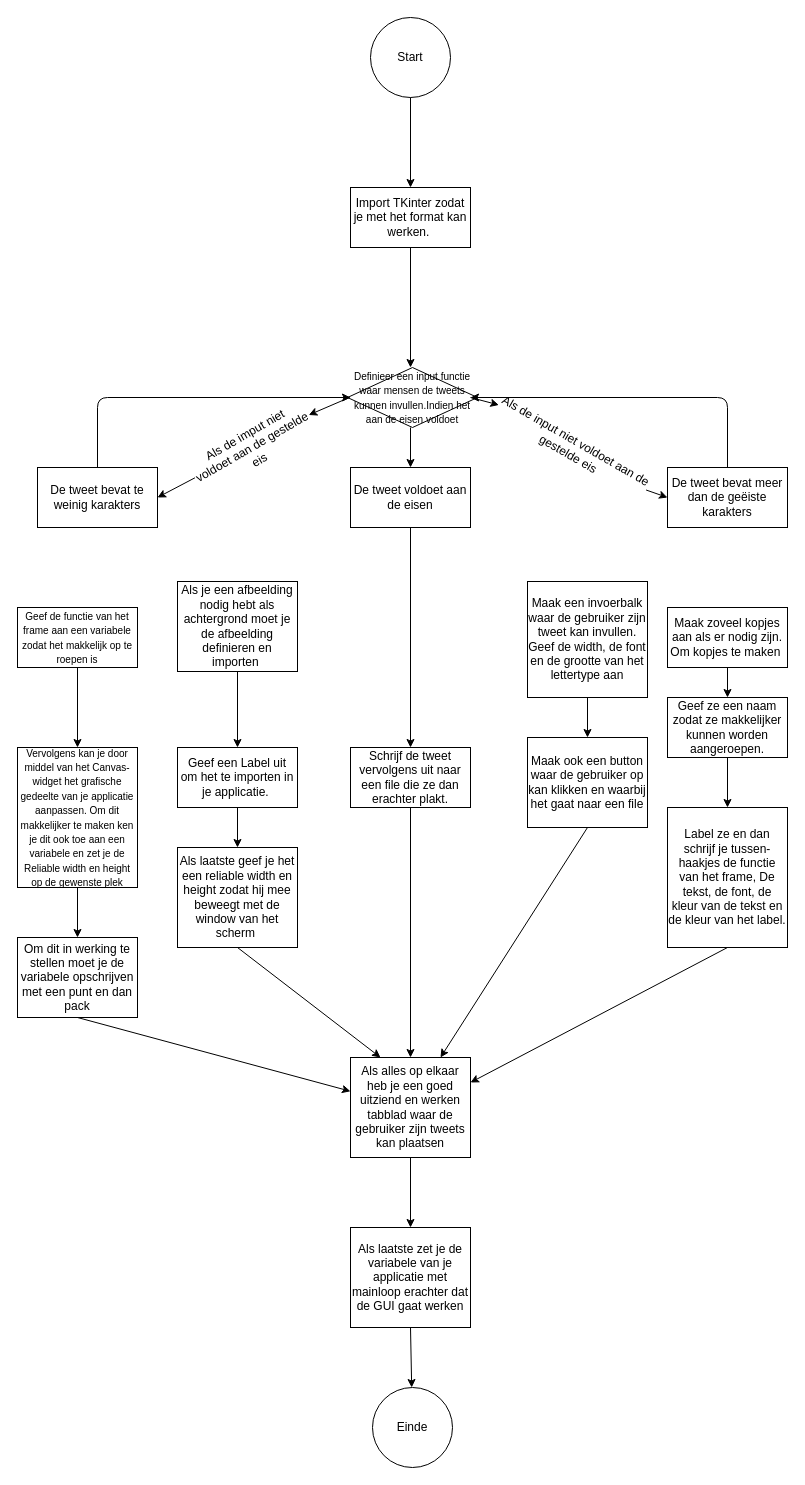
The draw.io diagram Untitled Diagram.drawio in yairw-222/Ya-r, before the edit. Source tidied: cells renumbered, new cells numbered last; positions are measured from the earlier drawing's top-left corner, leaving out a move shared by most shapes. Both pictures are drawn from the tidied source at 100%, with x=0, y=0 at pixel (17, 17).
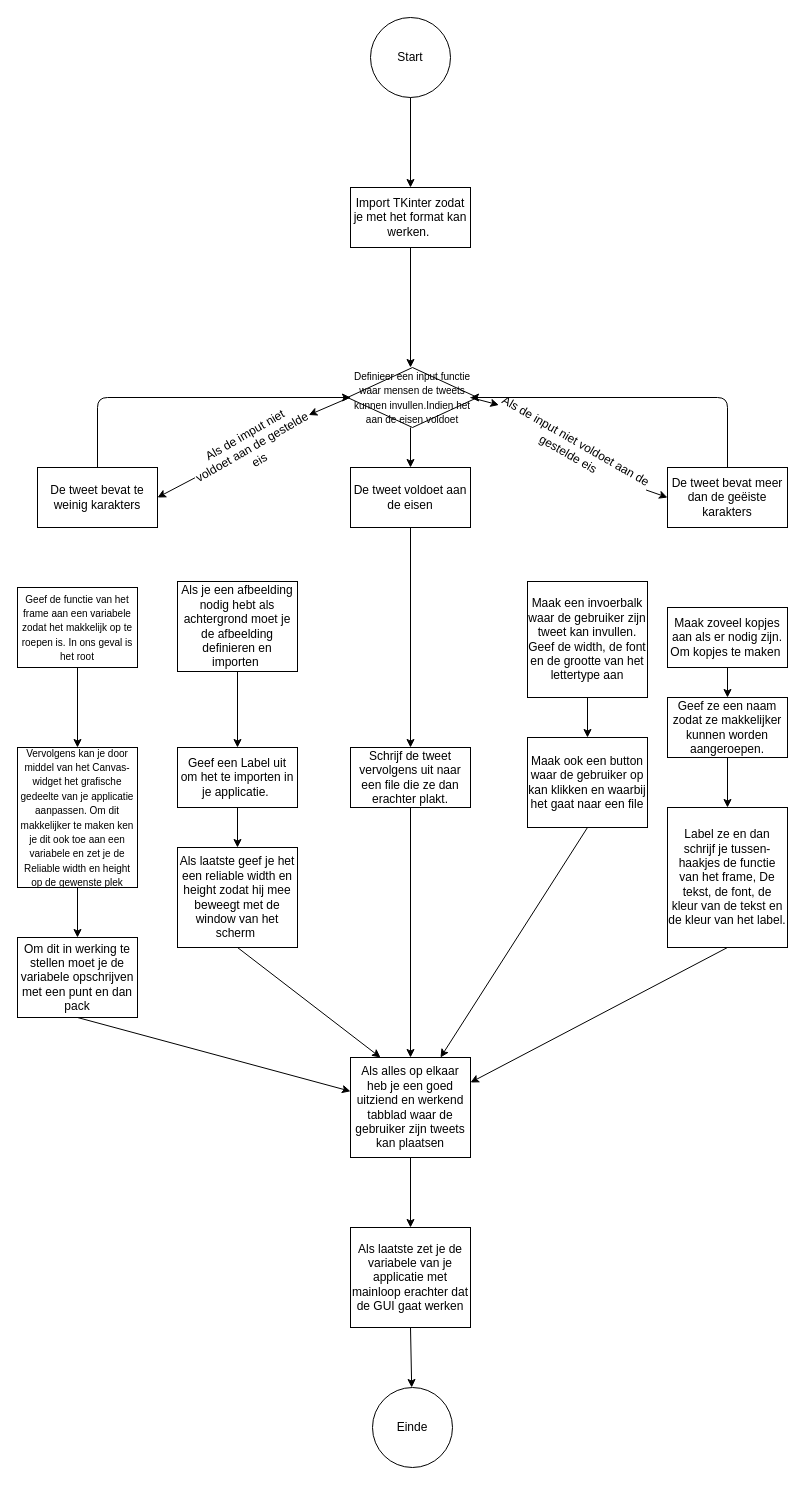
The same page after the edit.

What changed in the source:
```diff
@@
-    <mxCell id="17" value="&lt;font style=&quot;font-size: 10px&quot;&gt;Geef de functie van het frame aan een variabele zodat het makkelijk op te roepen is&lt;/font&gt;" style="rounded=0;whiteSpace=wrap;html=1;" parent="1" vertex="1">
-      <mxGeometry y="590" width="120" height="60" as="geometry" />
+    <mxCell id="17" value="&lt;font style=&quot;font-size: 10px&quot;&gt;Geef de functie van het frame aan een variabele zodat het makkelijk op te roepen is. In ons geval is het root&lt;/font&gt;" style="rounded=0;whiteSpace=wrap;html=1;" parent="1" vertex="1">
+      <mxGeometry y="570" width="120" height="80" as="geometry" />
     </mxCell>
@@
-    <mxCell id="43" value="Als alles op elkaar heb je een goed uitziend en werken tabblad waar de gebruiker zijn tweets kan plaatsen" style="rounded=0;whiteSpace=wrap;html=1;" parent="1" vertex="1">
+    <mxCell id="43" value="Als alles op elkaar heb je een goed uitziend en werkend tabblad waar de gebruiker zijn tweets kan plaatsen" style="rounded=0;whiteSpace=wrap;html=1;" parent="1" vertex="1">
       <mxGeometry x="333" y="1040" width="120" height="100" as="geometry" />
     </mxCell>
```
